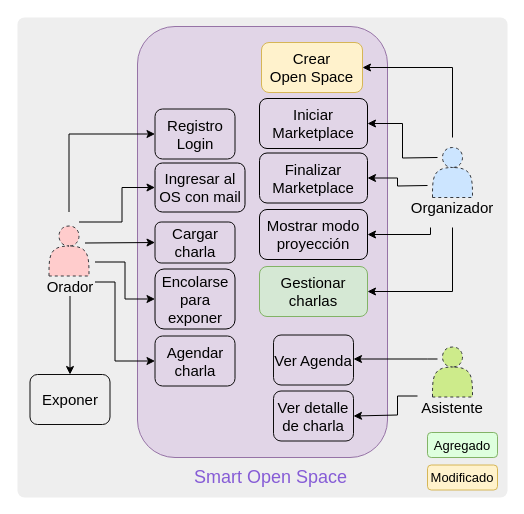
Before: other/CasoDeUso4.drawio in AugustoConti/smart-open-space, a draw.io diagram. Source tidied: cells renumbered, new cells numbered last; positions are measured from the earlier drawing's top-left corner, leaving out a move shared by most shapes. Both pictures are drawn from the tidied source at 100%, with x=0, y=0 at pixel (17, 17).
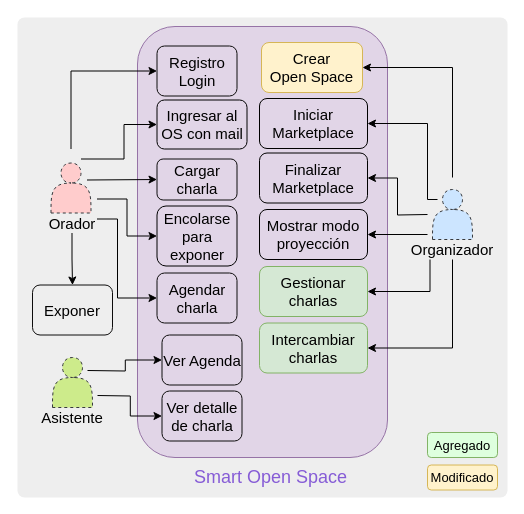
The same page after the edit.

Commit message (it also covers changes not shown here):
[skip travis] :pencil: Update README

Unchanged cells that the change refers to:
```xml
<mxCell id="6" value="Organizador" style="text;html=1;strokeColor=none;fillColor=none;align=center;verticalAlign=middle;whiteSpace=wrap;rounded=0;shadow=0;glass=0;dashed=1;labelBackgroundColor=none;fontSize=15;" parent="4" vertex="1">
  <mxGeometry y="60" width="90" height="20" as="geometry" />
</mxCell>
<mxCell id="19" value="Crear&lt;br&gt;Open Space" style="shape=ext;rounded=1;html=1;whiteSpace=wrap;shadow=0;glass=0;labelBackgroundColor=none;strokeColor=#d6b656;strokeWidth=1;fillColor=#fff2cc;fontSize=15;align=center;" parent="1" vertex="1">
  <mxGeometry x="244" y="25" width="101" height="50" as="geometry" />
</mxCell>
<mxCell id="22" value="Iniciar Marketplace" style="shape=ext;rounded=1;html=1;whiteSpace=wrap;shadow=0;glass=0;labelBackgroundColor=none;strokeWidth=1;fillColor=none;fontSize=15;align=center;" parent="1" vertex="1">
  <mxGeometry x="242" y="81" width="108" height="50" as="geometry" />
</mxCell>
<mxCell id="24" value="Mostrar modo proyección" style="shape=ext;rounded=1;html=1;whiteSpace=wrap;shadow=0;glass=0;labelBackgroundColor=none;strokeWidth=1;fillColor=none;fontSize=15;align=center;" parent="1" vertex="1">
  <mxGeometry x="242" y="192" width="108" height="50" as="geometry" />
</mxCell>
<mxCell id="34" value="Finalizar&lt;br&gt;Marketplace" style="shape=ext;rounded=1;html=1;whiteSpace=wrap;shadow=0;glass=0;labelBackgroundColor=none;strokeWidth=1;fillColor=none;fontSize=15;align=center;strokeColor=#000000;" parent="1" vertex="1">
  <mxGeometry x="242" y="135.5" width="108" height="50" as="geometry" />
</mxCell>
<mxCell id="35" value="Gestionar charlas" style="shape=ext;rounded=1;html=1;whiteSpace=wrap;shadow=0;glass=0;labelBackgroundColor=none;strokeWidth=1;fillColor=#d5e8d4;fontSize=15;align=center;strokeColor=#82b366;" parent="1" vertex="1">
  <mxGeometry x="242" y="249" width="108" height="50" as="geometry" />
</mxCell>
```

Change to the diagram source:
```diff
@@
     <mxCell id="4" style="group;" parent="1" vertex="1">
-      <mxGeometry x="390" y="120" width="90" height="80" as="geometry" />
+      <mxGeometry x="390" y="162" width="90" height="80" as="geometry" />
     </mxCell>
@@
     <mxCell id="7" style="group;" parent="1" vertex="1">
-      <mxGeometry x="10" y="114" width="90" height="80" as="geometry" />
+      <mxGeometry x="12" y="51" width="90" height="80" as="geometry" />
     </mxCell>
@@
     <mxCell id="10" style="group;" parent="1" vertex="1">
-      <mxGeometry x="390" y="319.5" width="90" height="80" as="geometry" />
+      <mxGeometry x="10" y="330" width="90" height="80" as="geometry" />
     </mxCell>
@@
     <mxCell id="13" value="Registro&lt;br&gt;Login" style="shape=ext;rounded=1;html=1;whiteSpace=wrap;shadow=0;glass=0;labelBackgroundColor=none;strokeColor=#0D0C0C;strokeWidth=1;fillColor=none;gradientColor=none;fontSize=15;align=center;" parent="1" vertex="1">
-      <mxGeometry x="137.5" y="91.5" width="80" height="50" as="geometry" />
+      <mxGeometry x="139.5" y="28.5" width="80" height="50" as="geometry" />
     </mxCell>
     <mxCell id="14" value="Cargar&lt;br&gt;charla" style="shape=ext;rounded=1;html=1;whiteSpace=wrap;shadow=0;glass=0;labelBackgroundColor=none;strokeColor=#0D0C0C;strokeWidth=1;fillColor=none;gradientColor=none;fontSize=15;align=center;" parent="1" vertex="1">
-      <mxGeometry x="137.5" y="204.5" width="80" height="41" as="geometry" />
+      <mxGeometry x="139.5" y="141.5" width="80" height="41" as="geometry" />
     </mxCell>
     <mxCell id="15" value="Exponer" style="shape=ext;rounded=1;html=1;whiteSpace=wrap;shadow=0;glass=0;labelBackgroundColor=none;strokeColor=#0D0C0C;strokeWidth=1;fillColor=none;gradientColor=none;fontSize=15;align=center;" parent="1" vertex="1">
-      <mxGeometry x="12.5" y="357" width="80" height="50" as="geometry" />
+      <mxGeometry x="15" y="267.5" width="80" height="50" as="geometry" />
     </mxCell>
     <mxCell id="16" value="Agendar&lt;br&gt;charla" style="shape=ext;rounded=1;html=1;whiteSpace=wrap;shadow=0;glass=0;labelBackgroundColor=none;strokeColor=#0D0C0C;strokeWidth=1;fillColor=none;gradientColor=none;fontSize=15;align=center;" parent="1" vertex="1">
-      <mxGeometry x="137.5" y="318.5" width="80" height="50" as="geometry" />
+      <mxGeometry x="139.5" y="255.5" width="80" height="50" as="geometry" />
     </mxCell>
     <mxCell id="17" value="Ver Agenda" style="shape=ext;rounded=1;html=1;whiteSpace=wrap;shadow=0;glass=0;labelBackgroundColor=none;strokeColor=#0D0C0C;strokeWidth=1;fillColor=none;gradientColor=none;fontSize=15;align=center;" parent="1" vertex="1">
-      <mxGeometry x="256" y="317.5" width="80" height="50" as="geometry" />
+      <mxGeometry x="144.5" y="317.5" width="80" height="50" as="geometry" />
     </mxCell>
     <mxCell id="18" value="Ver detalle de charla" style="shape=ext;rounded=1;html=1;whiteSpace=wrap;shadow=0;glass=0;labelBackgroundColor=none;strokeColor=#0D0C0C;strokeWidth=1;fillColor=none;gradientColor=none;fontSize=15;align=center;" parent="1" vertex="1">
-      <mxGeometry x="256" y="373.5" width="80" height="50" as="geometry" />
+      <mxGeometry x="144.5" y="373.5" width="80" height="50" as="geometry" />
     </mxCell>
@@
     <mxCell id="23" value="Encolarse&lt;br&gt;para exponer" style="shape=ext;rounded=1;html=1;whiteSpace=wrap;shadow=0;glass=0;labelBackgroundColor=none;strokeWidth=1;fillColor=none;fontSize=15;align=center;" parent="1" vertex="1">
-      <mxGeometry x="137.5" y="251.5" width="80" height="60" as="geometry" />
+      <mxGeometry x="139.5" y="188.5" width="80" height="60" as="geometry" />
     </mxCell>
@@
-    <mxCell id="25" style="edgeStyle=orthogonalEdgeStyle;rounded=0;jettySize=auto;html=1;" parent="1" edge="1" target="17">
-      <mxGeometry relative="1" as="geometry">
-        <mxPoint x="420" y="341.5" as="sourcePoint" />
-        <Array as="points">
-          <mxPoint x="410" y="341.5" />
-          <mxPoint x="410" y="341.5" />
-        </Array>
-      </mxGeometry>
-    </mxCell>
-    <mxCell id="26" style="edgeStyle=orthogonalEdgeStyle;rounded=0;jettySize=auto;html=1;entryX=1;entryY=0.5;entryDx=0;entryDy=0;" parent="1" edge="1" target="18">
-      <mxGeometry relative="1" as="geometry">
-        <mxPoint x="400" y="378.5" as="sourcePoint" />
-        <Array as="points">
-          <mxPoint x="380" y="378.5" />
-          <mxPoint x="380" y="397.5" />
-        </Array>
-      </mxGeometry>
-    </mxCell>
@@
     <mxCell id="28" style="edgeStyle=orthogonalEdgeStyle;rounded=0;jettySize=auto;html=1;entryX=0;entryY=0.5;entryDx=0;entryDy=0;fontSize=13;" parent="1" edge="1" target="13">
       <mxGeometry relative="1" as="geometry">
-        <mxPoint x="51.5" y="194.5" as="sourcePoint" />
+        <mxPoint x="53.5" y="131.5" as="sourcePoint" />
         <Array as="points">
-          <mxPoint x="51.5" y="116.5" />
+          <mxPoint x="53.5" y="53.5" />
         </Array>
       </mxGeometry>
     </mxCell>
     <mxCell id="29" style="edgeStyle=orthogonalEdgeStyle;rounded=0;jettySize=auto;html=1;entryX=0;entryY=0.5;entryDx=0;entryDy=0;fontSize=13;" parent="1" edge="1" target="14">
       <mxGeometry relative="1" as="geometry">
-        <mxPoint x="67.5" y="225.5" as="sourcePoint" />
+        <mxPoint x="69.5" y="162.5" as="sourcePoint" />
         <Array as="points">
-          <mxPoint x="67.5" y="225.5" />
+          <mxPoint x="69.5" y="162.5" />
         </Array>
       </mxGeometry>
     </mxCell>
     <mxCell id="30" style="edgeStyle=orthogonalEdgeStyle;rounded=0;jettySize=auto;html=1;entryX=0;entryY=0.5;entryDx=0;entryDy=0;fontSize=13;" parent="1" edge="1" target="23">
       <mxGeometry relative="1" as="geometry">
-        <mxPoint x="77.5" y="244.5" as="sourcePoint" />
+        <mxPoint x="79.5" y="181.5" as="sourcePoint" />
         <Array as="points">
-          <mxPoint x="77.5" y="244.5" />
-          <mxPoint x="107.5" y="244.5" />
-          <mxPoint x="107.5" y="281.5" />
+          <mxPoint x="79.5" y="181.5" />
+          <mxPoint x="109.5" y="181.5" />
+          <mxPoint x="109.5" y="218.5" />
         </Array>
       </mxGeometry>
     </mxCell>
     <mxCell id="31" style="edgeStyle=orthogonalEdgeStyle;rounded=0;jettySize=auto;html=1;entryX=0;entryY=0.5;entryDx=0;entryDy=0;fontSize=13;" parent="1" edge="1" target="16">
       <mxGeometry relative="1" as="geometry">
-        <mxPoint x="77.5" y="264.5" as="sourcePoint" />
+        <mxPoint x="79.5" y="201.5" as="sourcePoint" />
         <Array as="points">
-          <mxPoint x="77.5" y="264.5" />
-          <mxPoint x="97.5" y="264.5" />
-          <mxPoint x="97.5" y="343.5" />
+          <mxPoint x="100" y="202" />
+          <mxPoint x="100" y="281" />
         </Array>
       </mxGeometry>
     </mxCell>
     <mxCell id="32" value="Ingresar al OS con mail" style="shape=ext;rounded=1;html=1;whiteSpace=wrap;shadow=0;glass=0;labelBackgroundColor=none;strokeColor=#000000;strokeWidth=1;fillColor=none;fontSize=15;align=center;" parent="1" vertex="1">
-      <mxGeometry x="137.5" y="145.5" width="90" height="49" as="geometry" />
+      <mxGeometry x="139.5" y="82.5" width="90" height="49" as="geometry" />
     </mxCell>
     <mxCell id="33" style="edgeStyle=orthogonalEdgeStyle;rounded=0;jettySize=auto;html=1;entryX=0;entryY=0.5;entryDx=0;entryDy=0;" parent="1" edge="1" target="32">
       <mxGeometry relative="1" as="geometry">
-        <mxPoint x="61.5" y="204.5" as="sourcePoint" />
+        <mxPoint x="63.5" y="141.5" as="sourcePoint" />
         <Array as="points">
-          <mxPoint x="61.5" y="204.5" />
-          <mxPoint x="104.5" y="204.5" />
-          <mxPoint x="104.5" y="170.5" />
+          <mxPoint x="63.5" y="141.5" />
+          <mxPoint x="106.5" y="141.5" />
+          <mxPoint x="106.5" y="107.5" />
         </Array>
       </mxGeometry>
     </mxCell>
@@
     <mxCell id="36" style="edgeStyle=orthogonalEdgeStyle;rounded=0;jettySize=auto;html=1;entryX=1;entryY=0.5;entryDx=0;entryDy=0;" parent="1" edge="1" target="19">
       <mxGeometry relative="1" as="geometry">
-        <mxPoint x="435" y="120" as="sourcePoint" />
+        <mxPoint x="435" y="160" as="sourcePoint" />
         <Array as="points">
           <mxPoint x="435" y="50" />
         </Array>
       </mxGeometry>
     </mxCell>
-    <mxCell id="37" style="edgeStyle=orthogonalEdgeStyle;rounded=0;jettySize=auto;html=1;entryX=1;entryY=0.5;entryDx=0;entryDy=0;" parent="1" edge="1" target="22">
-      <mxGeometry relative="1" as="geometry">
-        <mxPoint x="420" y="140" as="sourcePoint" />
-      </mxGeometry>
-    </mxCell>
-    <mxCell id="38" style="edgeStyle=orthogonalEdgeStyle;rounded=0;jettySize=auto;html=1;entryX=1;entryY=0.5;entryDx=0;entryDy=0;" parent="1" edge="1" target="34">
-      <mxGeometry relative="1" as="geometry">
-        <mxPoint x="410" y="168" as="sourcePoint" />
-      </mxGeometry>
-    </mxCell>
-    <mxCell id="39" style="edgeStyle=orthogonalEdgeStyle;rounded=0;jettySize=auto;html=1;entryX=1;entryY=0.5;entryDx=0;entryDy=0;" parent="1" edge="1" target="24">
-      <mxGeometry relative="1" as="geometry">
-        <mxPoint x="413" y="210" as="sourcePoint" />
-        <Array as="points">
-          <mxPoint x="413" y="217" />
-        </Array>
-      </mxGeometry>
-    </mxCell>
-    <mxCell id="40" style="edgeStyle=orthogonalEdgeStyle;rounded=0;jettySize=auto;html=1;entryX=1;entryY=0.5;entryDx=0;entryDy=0;" parent="1" edge="1" target="35">
-      <mxGeometry relative="1" as="geometry">
-        <mxPoint x="435" y="210" as="sourcePoint" />
-        <Array as="points">
-          <mxPoint x="435" y="274" />
-        </Array>
-      </mxGeometry>
-    </mxCell>
@@
+    <mxCell id="42" style="edgeStyle=orthogonalEdgeStyle;rounded=0;jettySize=auto;html=1;entryX=0;entryY=0.5;entryDx=0;entryDy=0;" parent="1" edge="1" target="17">
+      <mxGeometry relative="1" as="geometry">
+        <mxPoint x="70" y="353" as="sourcePoint" />
+      </mxGeometry>
+    </mxCell>
+    <mxCell id="43" style="edgeStyle=orthogonalEdgeStyle;rounded=0;jettySize=auto;html=1;entryX=0;entryY=0.5;entryDx=0;entryDy=0;" parent="1" edge="1" target="18">
+      <mxGeometry relative="1" as="geometry">
+        <mxPoint x="80" y="378" as="sourcePoint" />
+      </mxGeometry>
+    </mxCell>
+    <mxCell id="44" value="Intercambiar charlas" style="shape=ext;rounded=1;html=1;whiteSpace=wrap;shadow=0;glass=0;labelBackgroundColor=none;strokeWidth=1;fillColor=#d5e8d4;fontSize=15;align=center;strokeColor=#82b366;" parent="1" vertex="1">
+      <mxGeometry x="242" y="305.5" width="108" height="50" as="geometry" />
+    </mxCell>
+    <mxCell id="45" style="edgeStyle=orthogonalEdgeStyle;rounded=0;jettySize=auto;html=1;exitX=0.5;exitY=1;exitDx=0;exitDy=0;entryX=1;entryY=0.5;entryDx=0;entryDy=0;" parent="1" edge="1" source="6" target="44">
+      <mxGeometry relative="1" as="geometry" />
+    </mxCell>
+    <mxCell id="46" style="edgeStyle=orthogonalEdgeStyle;rounded=0;jettySize=auto;html=1;exitX=0.25;exitY=1;exitDx=0;exitDy=0;entryX=1;entryY=0.5;entryDx=0;entryDy=0;" parent="1" edge="1" source="6" target="35">
+      <mxGeometry relative="1" as="geometry" />
+    </mxCell>
+    <mxCell id="47" style="edgeStyle=orthogonalEdgeStyle;rounded=0;jettySize=auto;html=1;entryX=1;entryY=0.5;entryDx=0;entryDy=0;" parent="1" edge="1" target="24">
+      <mxGeometry relative="1" as="geometry">
+        <mxPoint x="410" y="217" as="sourcePoint" />
+        <Array as="points">
+          <mxPoint x="410" y="217" />
+        </Array>
+      </mxGeometry>
+    </mxCell>
+    <mxCell id="48" style="edgeStyle=orthogonalEdgeStyle;rounded=0;jettySize=auto;html=1;entryX=1;entryY=0.5;entryDx=0;entryDy=0;" parent="1" edge="1" target="34">
+      <mxGeometry relative="1" as="geometry">
+        <mxPoint x="410" y="197" as="sourcePoint" />
+      </mxGeometry>
+    </mxCell>
+    <mxCell id="49" style="edgeStyle=orthogonalEdgeStyle;rounded=0;jettySize=auto;html=1;entryX=1;entryY=0.5;entryDx=0;entryDy=0;" parent="1" edge="1" target="22">
+      <mxGeometry relative="1" as="geometry">
+        <mxPoint x="420" y="182" as="sourcePoint" />
+        <Array as="points">
+          <mxPoint x="410" y="182" />
+          <mxPoint x="410" y="106" />
+        </Array>
+      </mxGeometry>
+    </mxCell>
```
